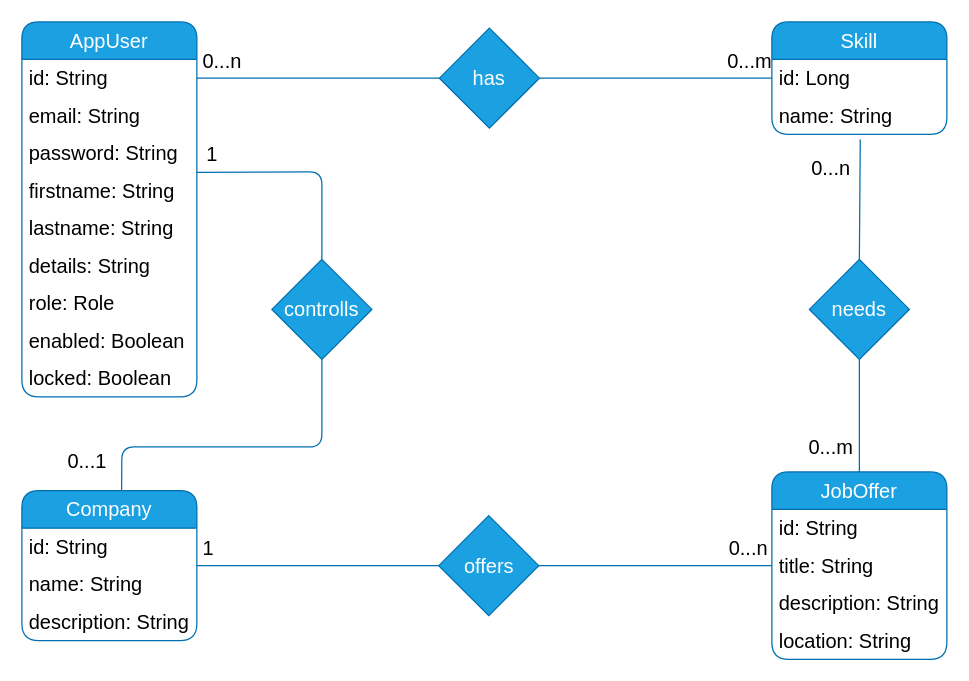
This is page "ERM" (1 of 3) of presentations/ERM.drawio from tnutzmann/JeeBewerbungsTool, a draw.io file, before an edit. Source tidied: cells renumbered, new cells numbered last; positions are measured from the earlier drawing's top-left corner, leaving out a move shared by most shapes. Both pictures are drawn from the tidied source at 125%, with x=0, y=0 at pixel (21, 21).
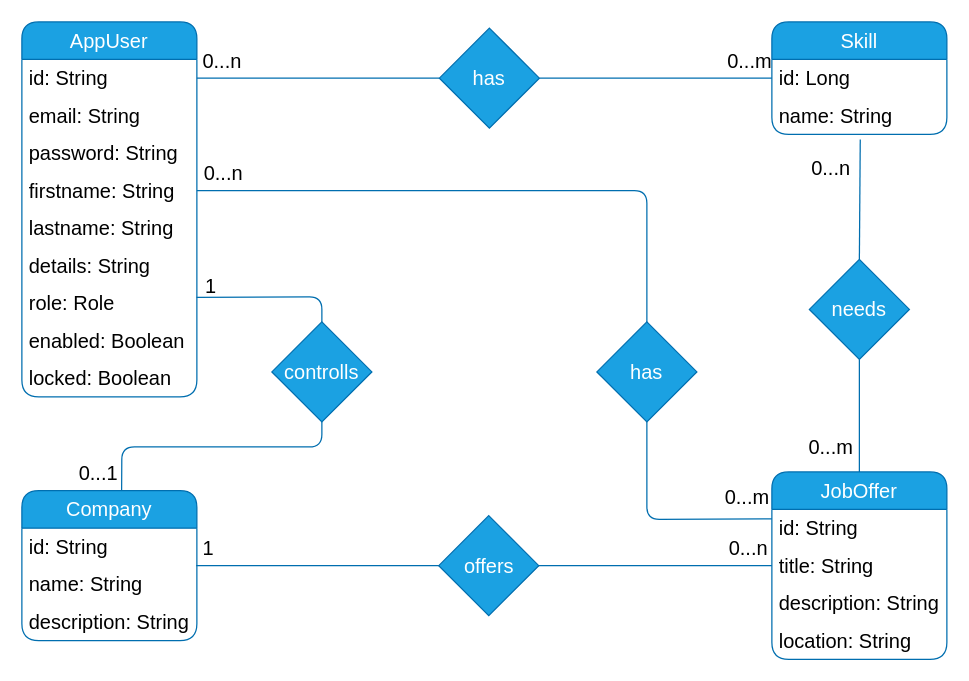
After the change.

The change refers to these unchanged cells:
```xml
<mxCell id="6" value="firstname: String" style="text;strokeColor=none;fillColor=none;align=left;verticalAlign=middle;spacingLeft=4;spacingRight=4;overflow=hidden;points=[[0,0.5],[1,0.5]];portConstraint=eastwest;whiteSpace=wrap;html=1;fontSize=16;" parent="2" vertex="1">
  <mxGeometry y="120" width="140" height="30" as="geometry" />
</mxCell>
<mxCell id="9" value="role: Role" style="text;strokeColor=none;fillColor=none;align=left;verticalAlign=middle;spacingLeft=4;spacingRight=4;overflow=hidden;points=[[0,0.5],[1,0.5]];portConstraint=eastwest;whiteSpace=wrap;html=1;fontSize=16;" parent="2" vertex="1">
  <mxGeometry y="210" width="140" height="30" as="geometry" />
</mxCell>
<mxCell id="15" style="edgeStyle=none;rounded=1;html=1;entryX=0.5;entryY=1;entryDx=0;entryDy=0;shadow=0;labelBackgroundColor=default;labelBorderColor=none;strokeColor=#006EAF;strokeWidth=1;fontSize=16;fontColor=#F0F0F0;startArrow=none;startFill=0;endArrow=none;endFill=0;fillColor=#1ba1e2;exitX=0.57;exitY=-0.003;exitDx=0;exitDy=0;exitPerimeter=0;" parent="1" edge="1" source="17" target="43">
  <mxGeometry relative="1" as="geometry">
    <Array as="points">
      <mxPoint x="80" y="340" />
      <mxPoint x="180" y="340" />
      <mxPoint x="240" y="340" />
    </Array>
  </mxGeometry>
</mxCell>
<mxCell id="21" value="JobOffer" style="swimlane;fontStyle=0;horizontal=1;startSize=30;whiteSpace=wrap;html=1;rounded=1;fillColor=#1ba1e2;fontColor=#ffffff;strokeColor=#006EAF;fontSize=16;" parent="1" vertex="1">
  <mxGeometry x="600" y="360" width="140" height="150" as="geometry" />
</mxCell>
```

Change to the diagram source:
```diff
@@
-    <mxCell id="16" value="0...1" style="edgeLabel;html=1;align=center;verticalAlign=middle;fontSize=16;fontColor=#000000;labelBackgroundColor=none;" parent="15" vertex="1">
-      <mxGeometry x="-0.3" y="1" relative="1" as="geometry">
-        <mxPoint x="-87" y="11" as="offset" />
+    <mxCell id="16" value="0...1" style="edgeLabel;html=1;align=center;verticalAlign=middle;fontSize=16;labelBackgroundColor=none;" parent="15" vertex="1">
+      <mxGeometry x="-0.22" y="2" relative="1" as="geometry">
+        <mxPoint x="-69" y="22" as="offset" />
       </mxGeometry>
     </mxCell>
@@
-    <mxCell id="41" style="edgeStyle=none;html=1;exitX=0.5;exitY=0;exitDx=0;exitDy=0;shadow=0;labelBackgroundColor=default;labelBorderColor=none;strokeColor=#006EAF;strokeWidth=1;fontSize=16;fontColor=#F0F0F0;startArrow=none;startFill=0;endArrow=none;endFill=0;fillColor=#1ba1e2;rounded=1;entryX=0.999;entryY=0.015;entryDx=0;entryDy=0;entryPerimeter=0;" parent="1" edge="1" source="43" target="6">
+    <mxCell id="41" style="edgeStyle=none;html=1;exitX=0.5;exitY=0;exitDx=0;exitDy=0;shadow=0;labelBackgroundColor=default;labelBorderColor=none;strokeColor=#006EAF;strokeWidth=1;fontSize=16;fontColor=#F0F0F0;startArrow=none;startFill=0;endArrow=none;endFill=0;fillColor=#1ba1e2;rounded=1;entryX=0.998;entryY=0.347;entryDx=0;entryDy=0;entryPerimeter=0;" parent="1" edge="1" source="43" target="9">
       <mxGeometry relative="1" as="geometry">
         <Array as="points">
-          <mxPoint x="240" y="120" />
+          <mxPoint x="240" y="220" />
         </Array>
       </mxGeometry>
     </mxCell>
-    <mxCell id="42" value="1" style="edgeLabel;html=1;align=center;verticalAlign=middle;fontSize=16;fontColor=#000000;labelBackgroundColor=none;" parent="41" vertex="1">
-      <mxGeometry x="0.34" y="4" relative="1" as="geometry">
-        <mxPoint x="-45" y="-19" as="offset" />
+    <mxCell id="42" value="1" style="edgeLabel;html=1;align=center;verticalAlign=middle;fontSize=16;labelBackgroundColor=none;" parent="41" vertex="1">
+      <mxGeometry x="0.5" relative="1" as="geometry">
+        <mxPoint x="-20" y="-10" as="offset" />
       </mxGeometry>
     </mxCell>
     <mxCell id="43" value="controlls" style="rhombus;whiteSpace=wrap;html=1;rounded=0;shadow=0;glass=0;strokeColor=#006EAF;fontSize=16;fontColor=#ffffff;fillColor=#1ba1e2;" parent="1" vertex="1">
-      <mxGeometry x="200" y="190" width="80" height="80" as="geometry" />
+      <mxGeometry x="200" y="240" width="80" height="80" as="geometry" />
     </mxCell>
+    <mxCell id="44" style="edgeStyle=none;html=1;exitX=0.5;exitY=1;exitDx=0;exitDy=0;entryX=0;entryY=0.25;entryDx=0;entryDy=0;fontSize=16;endArrow=none;endFill=0;fillColor=#1ba1e2;strokeColor=#006EAF;" parent="1" edge="1" source="46" target="21">
+      <mxGeometry relative="1" as="geometry">
+        <Array as="points">
+          <mxPoint x="500" y="398" />
+        </Array>
+      </mxGeometry>
+    </mxCell>
+    <mxCell id="45" value="0...m" style="edgeLabel;html=1;align=center;verticalAlign=middle;fontSize=16;labelBackgroundColor=none;" parent="44" vertex="1">
+      <mxGeometry x="0.09" y="3" relative="1" as="geometry">
+        <mxPoint x="61" y="-15" as="offset" />
+      </mxGeometry>
+    </mxCell>
+    <mxCell id="46" value="has" style="rhombus;whiteSpace=wrap;html=1;rounded=0;shadow=0;glass=0;strokeColor=#006EAF;fontColor=#ffffff;fillColor=#1ba1e2;fontSize=16;" parent="1" vertex="1">
+      <mxGeometry x="460" y="240" width="80" height="80" as="geometry" />
+    </mxCell>
+    <mxCell id="47" style="edgeStyle=none;html=1;exitX=1;exitY=0.5;exitDx=0;exitDy=0;entryX=0.5;entryY=0;entryDx=0;entryDy=0;fontSize=16;endArrow=none;endFill=0;fillColor=#1ba1e2;strokeColor=#006EAF;" parent="1" edge="1" source="6" target="46">
+      <mxGeometry relative="1" as="geometry">
+        <Array as="points">
+          <mxPoint x="500" y="135" />
+        </Array>
+      </mxGeometry>
+    </mxCell>
+    <mxCell id="48" value="0...n" style="edgeLabel;html=1;align=center;verticalAlign=middle;fontSize=16;labelBackgroundColor=none;" parent="47" vertex="1">
+      <mxGeometry x="-0.79" y="3" relative="1" as="geometry">
+        <mxPoint x="-29" y="-12" as="offset" />
+      </mxGeometry>
+    </mxCell>
```
